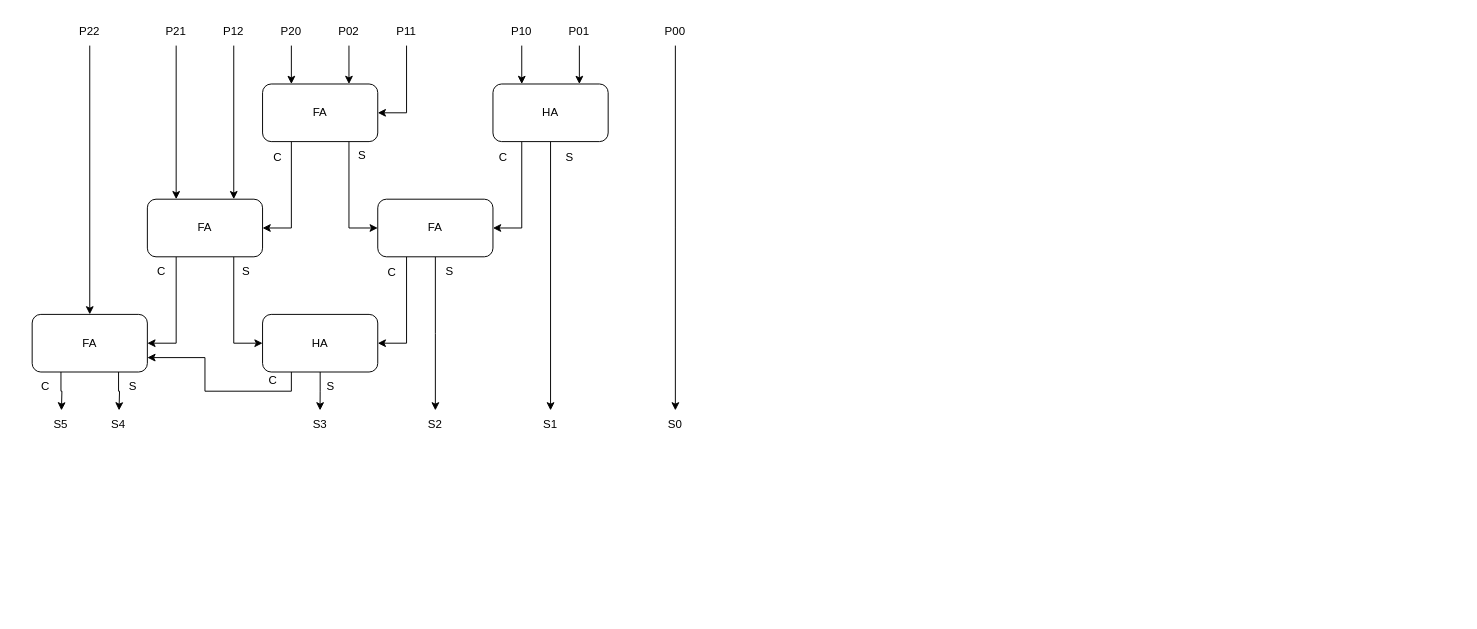
The draw.io diagram Wallace.drawio in Huy-Luu/TEST, before the edit. Source tidied: cells renumbered, new cells numbered last; positions are measured from the earlier drawing's top-left corner, leaving out a move shared by most shapes. Both pictures are drawn from the tidied source at 96%, with x=0, y=0 at pixel (16, 16).
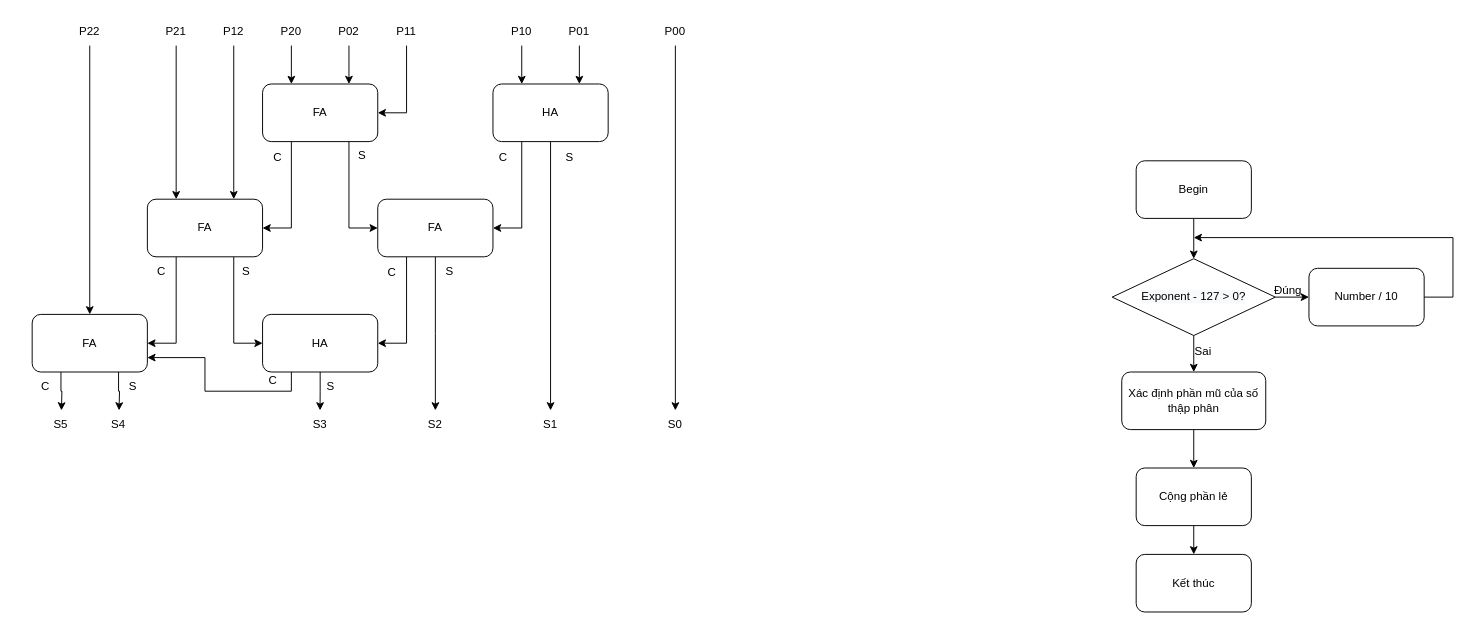
The same diagram, later.

Diff of the diagram source:
```diff
@@
+    <mxCell id="56" style="edgeStyle=orthogonalEdgeStyle;rounded=0;jettySize=auto;html=1;exitX=0.5;exitY=1;exitDx=0;exitDy=0;entryX=0.5;entryY=0;entryDx=0;entryDy=0;" parent="1" edge="1" source="57" target="60">
+      <mxGeometry relative="1" as="geometry" />
+    </mxCell>
+    <mxCell id="57" value="Begin" style="rounded=1;whiteSpace=wrap;html=1;" parent="1" vertex="1">
+      <mxGeometry x="1166" y="150" width="120" height="60" as="geometry" />
+    </mxCell>
+    <mxCell id="58" style="edgeStyle=orthogonalEdgeStyle;rounded=0;jettySize=auto;html=1;exitX=1;exitY=0.5;exitDx=0;exitDy=0;entryX=0;entryY=0.5;entryDx=0;entryDy=0;" parent="1" edge="1" source="60" target="61">
+      <mxGeometry relative="1" as="geometry" />
+    </mxCell>
+    <mxCell id="59" style="edgeStyle=orthogonalEdgeStyle;rounded=0;jettySize=auto;html=1;exitX=0.5;exitY=1;exitDx=0;exitDy=0;entryX=0.5;entryY=0;entryDx=0;entryDy=0;" parent="1" edge="1" source="60" target="63">
+      <mxGeometry relative="1" as="geometry" />
+    </mxCell>
+    <mxCell id="60" value="&lt;span style=&quot;color: rgb(0 , 0 , 0) ; font-family: &amp;#34;helvetica&amp;#34; ; font-size: 12px ; font-style: normal ; font-weight: 400 ; letter-spacing: normal ; text-align: center ; text-indent: 0px ; text-transform: none ; word-spacing: 0px ; background-color: rgb(248 , 249 , 250) ; display: inline ; float: none&quot;&gt;Exponent - 127 &amp;gt; 0?&lt;/span&gt;" style="rhombus;whiteSpace=wrap;html=1;" parent="1" vertex="1">
+      <mxGeometry x="1141" y="252" width="170" height="80" as="geometry" />
+    </mxCell>
+    <mxCell id="61" value="Number / 10" style="rounded=1;whiteSpace=wrap;html=1;" parent="1" vertex="1">
+      <mxGeometry x="1346" y="262" width="120" height="60" as="geometry" />
+    </mxCell>
+    <mxCell id="62" style="edgeStyle=orthogonalEdgeStyle;rounded=0;jettySize=auto;html=1;exitX=0.5;exitY=1;exitDx=0;exitDy=0;entryX=0.5;entryY=0;entryDx=0;entryDy=0;" parent="1" edge="1" source="63" target="65">
+      <mxGeometry relative="1" as="geometry" />
+    </mxCell>
+    <mxCell id="63" value="Xác định phần mũ của số thập phân" style="rounded=1;whiteSpace=wrap;html=1;" parent="1" vertex="1">
+      <mxGeometry x="1151" y="370" width="150" height="60" as="geometry" />
+    </mxCell>
+    <mxCell id="64" style="edgeStyle=orthogonalEdgeStyle;rounded=0;jettySize=auto;html=1;exitX=0.5;exitY=1;exitDx=0;exitDy=0;entryX=0.5;entryY=0;entryDx=0;entryDy=0;" parent="1" edge="1" source="65" target="69">
+      <mxGeometry relative="1" as="geometry" />
+    </mxCell>
+    <mxCell id="65" value="Cộng phần lẻ" style="rounded=1;whiteSpace=wrap;html=1;" parent="1" vertex="1">
+      <mxGeometry x="1166" y="470" width="120" height="60" as="geometry" />
+    </mxCell>
+    <mxCell id="66" style="endArrow=classic;html=1;rounded=0;exitX=1;exitY=0.5;exitDx=0;exitDy=0;" parent="1" edge="1" source="61">
+      <mxGeometry relative="1" as="geometry">
+        <mxPoint x="1226" y="230" as="targetPoint" />
+        <Array as="points">
+          <mxPoint x="1496" y="292" />
+          <mxPoint x="1496" y="230" />
+        </Array>
+      </mxGeometry>
+    </mxCell>
+    <mxCell id="67" value="Đúng&amp;nbsp;" style="text;html=1;strokeColor=none;fillColor=none;align=center;verticalAlign=middle;whiteSpace=wrap;rounded=0;" parent="1" vertex="1">
+      <mxGeometry x="1296" y="270" width="60" height="30" as="geometry" />
+    </mxCell>
+    <mxCell id="68" value="Sai" style="text;html=1;strokeColor=none;fillColor=none;align=center;verticalAlign=middle;whiteSpace=wrap;rounded=0;" parent="1" vertex="1">
+      <mxGeometry x="1206" y="334" width="60" height="30" as="geometry" />
+    </mxCell>
+    <mxCell id="69" value="Kết thúc" style="rounded=1;whiteSpace=wrap;html=1;" parent="1" vertex="1">
+      <mxGeometry x="1166" y="560" width="120" height="60" as="geometry" />
+    </mxCell>
```
